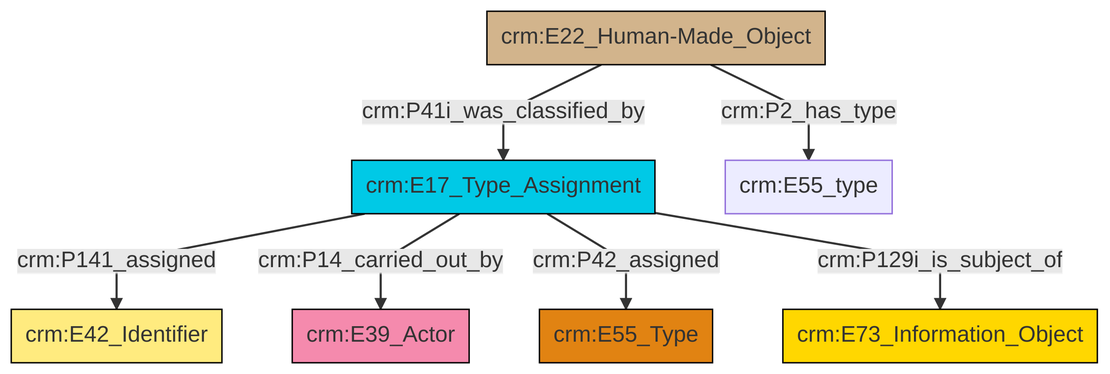
Above: et/builtWorkCSV/ttl/mmd/png/Built_Work_designation_status.png in swiss-art-research-net/docs.swissartresearch (Mermaid), before the change. Its source is kept beside it as et/builtWorkCSV/ttl/mmd/Built_Work_designation_status.ttl.mmd.
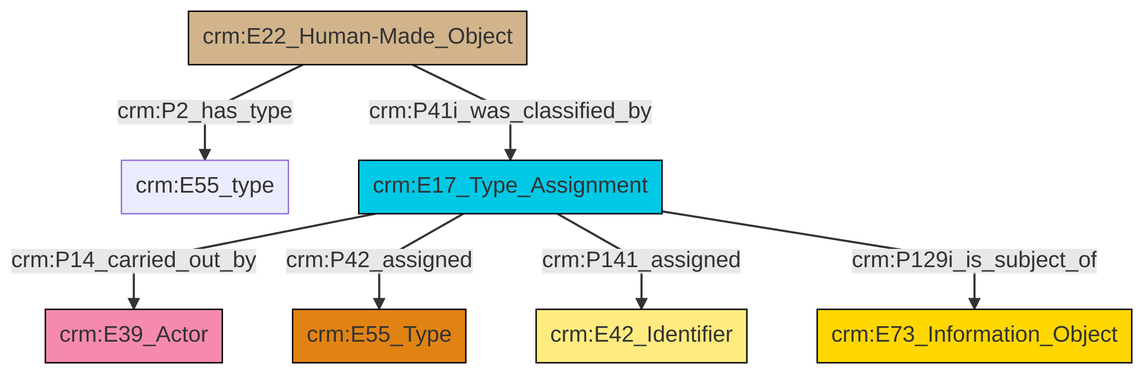
After the commit.

Diff of the diagram source:
```diff
@@ -13,9 +13,9 @@
 classDef PC_Classes fill:#4ce600, stroke:#000000;
 classDef Multi fill:#cccccc,stroke:#000000;
 
-0["crm:E17_Type_Assignment"]:::Temporal_Entity -->|crm:P141_assigned| 4["crm:E42_Identifier"]:::Appellation
-2["crm:E22_Human-Made_Object"]:::Physical_Thing -->|crm:P2_has_type| 5["crm:E55_type"]:::Default
-0["crm:E17_Type_Assignment"]:::Temporal_Entity -->|crm:P14_carried_out_by| 9["crm:E39_Actor"]:::Actor
-2["crm:E22_Human-Made_Object"]:::Physical_Thing -->|crm:P41i_was_classified_by| 0["crm:E17_Type_Assignment"]:::Temporal_Entity
-0["crm:E17_Type_Assignment"]:::Temporal_Entity -->|crm:P42_assigned| 7["crm:E55_Type"]:::Type
-0["crm:E17_Type_Assignment"]:::Temporal_Entity -->|crm:P129i_is_subject_of| 13["crm:E73_Information_Object"]:::Conceptual_Object
+4["crm:E17_Type_Assignment"]:::Temporal_Entity -->|crm:P14_carried_out_by| 5["crm:E39_Actor"]:::Actor
+8["crm:E22_Human-Made_Object"]:::Physical_Thing -->|crm:P41i_was_classified_by| 4["crm:E17_Type_Assignment"]:::Temporal_Entity
+4["crm:E17_Type_Assignment"]:::Temporal_Entity -->|crm:P42_assigned| 2["crm:E55_Type"]:::Type
+4["crm:E17_Type_Assignment"]:::Temporal_Entity -->|crm:P141_assigned| 9["crm:E42_Identifier"]:::Appellation
+8["crm:E22_Human-Made_Object"]:::Physical_Thing -->|crm:P2_has_type| 0["crm:E55_type"]:::Default
+4["crm:E17_Type_Assignment"]:::Temporal_Entity -->|crm:P129i_is_subject_of| 11["crm:E73_Information_Object"]:::Conceptual_Object
```
